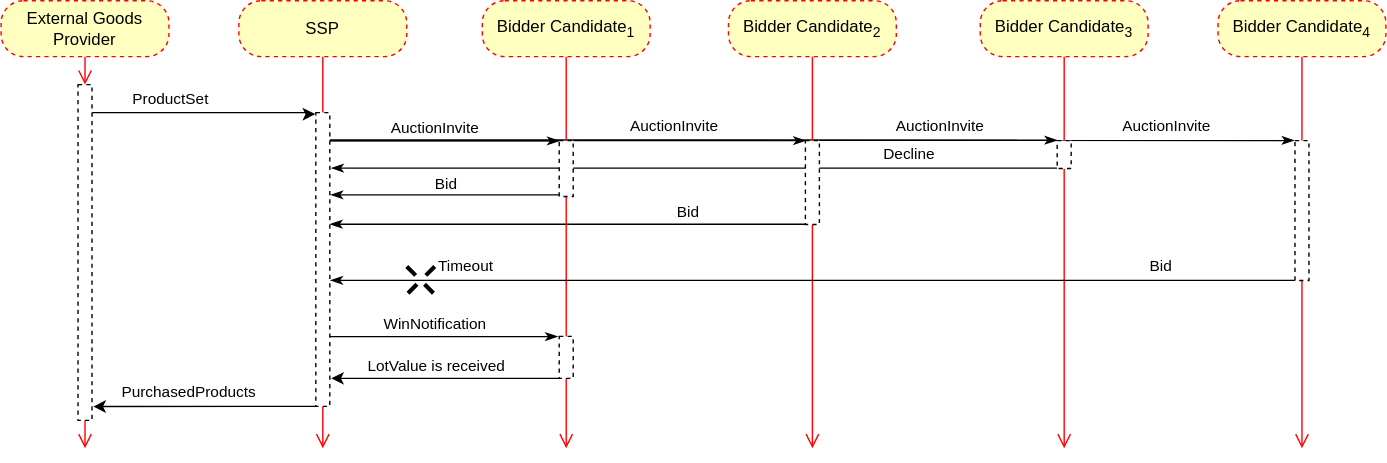
Above: doc/ssp-with-external-system-relations.svg in RTB-Project/Auctioneer (draw.io), before the change. Source tidied: cells renumbered, new cells last; positions are measured from the earlier drawing's top-left corner, leaving out a move shared by most shapes. The source it was exported from:
```xml
<mxGraphModel>
  <root>
    <mxCell id="0" />
    <mxCell id="1" parent="0" />
    <mxCell id="2" style="edgeStyle=none;rounded=0;jettySize=auto;html=1;startArrow=none;startFill=0;endArrow=classicThin;endFill=1;entryX=1.005;entryY=0.38;entryDx=0;entryDy=0;entryPerimeter=0;" parent="1" edge="1" source="38" target="30">
      <mxGeometry relative="1" as="geometry" />
    </mxCell>
    <mxCell id="3" value="Bid" style="edgeLabel;html=1;align=center;verticalAlign=middle;" parent="2" vertex="1">
      <mxGeometry x="0.5" y="-3" relative="1" as="geometry">
        <mxPoint x="169.5" y="-6.8" as="offset" />
      </mxGeometry>
    </mxCell>
    <mxCell id="4" style="edgeStyle=none;rounded=0;jettySize=auto;html=1;startArrow=none;startFill=0;endArrow=classicThin;endFill=1;entryX=1.095;entryY=0.189;entryDx=0;entryDy=0;entryPerimeter=0;" parent="1" edge="1" source="36" target="30">
      <mxGeometry relative="1" as="geometry" />
    </mxCell>
    <mxCell id="5" value="Decline" style="edgeLabel;html=1;align=center;verticalAlign=middle;" parent="4" vertex="1">
      <mxGeometry x="-0.56" y="2" relative="1" as="geometry">
        <mxPoint x="8.8" y="-12" as="offset" />
      </mxGeometry>
    </mxCell>
    <mxCell id="6" value="External Goods Provider" style="rounded=1;whiteSpace=wrap;html=1;arcSize=40;fontColor=#000000;fillColor=#ffffc0;strokeColor=#ff0000;dashed=1;" parent="1" vertex="1">
      <mxGeometry width="120" height="40" as="geometry" />
    </mxCell>
    <mxCell id="7" style="edgeStyle=orthogonalEdgeStyle;html=1;verticalAlign=bottom;endArrow=open;endSize=8;strokeColor=#ff0000;" parent="1" edge="1" source="18">
      <mxGeometry relative="1" as="geometry">
        <mxPoint x="60" y="320" as="targetPoint" />
      </mxGeometry>
    </mxCell>
    <mxCell id="8" value="SSP" style="rounded=1;whiteSpace=wrap;html=1;arcSize=40;fontColor=#000000;fillColor=#ffffc0;strokeColor=#ff0000;dashed=1;" parent="1" vertex="1">
      <mxGeometry x="170" width="120" height="40" as="geometry" />
    </mxCell>
    <mxCell id="9" style="edgeStyle=orthogonalEdgeStyle;html=1;verticalAlign=bottom;endArrow=open;endSize=8;strokeColor=#ff0000;" parent="1" edge="1" source="30">
      <mxGeometry relative="1" as="geometry">
        <mxPoint x="230" y="320" as="targetPoint" />
      </mxGeometry>
    </mxCell>
    <mxCell id="10" value="Bidder Candidate&lt;sub&gt;1&lt;/sub&gt;" style="rounded=1;whiteSpace=wrap;html=1;arcSize=40;fontColor=#000000;fillColor=#ffffc0;strokeColor=#ff0000;dashed=1;" parent="1" vertex="1">
      <mxGeometry x="344" width="120" height="40" as="geometry" />
    </mxCell>
    <mxCell id="11" style="edgeStyle=orthogonalEdgeStyle;html=1;verticalAlign=bottom;endArrow=open;endSize=8;strokeColor=#ff0000;" parent="1" edge="1" source="34">
      <mxGeometry relative="1" as="geometry">
        <mxPoint x="404" y="320" as="targetPoint" />
      </mxGeometry>
    </mxCell>
    <mxCell id="12" value="Bidder Candidate&lt;sub&gt;2&lt;/sub&gt;" style="rounded=1;whiteSpace=wrap;html=1;arcSize=40;fontColor=#000000;fillColor=#ffffc0;strokeColor=#ff0000;dashed=1;" parent="1" vertex="1">
      <mxGeometry x="520" width="120" height="40" as="geometry" />
    </mxCell>
    <mxCell id="13" style="edgeStyle=orthogonalEdgeStyle;html=1;verticalAlign=bottom;endArrow=open;endSize=8;strokeColor=#ff0000;" parent="1" edge="1" source="38">
      <mxGeometry relative="1" as="geometry">
        <mxPoint x="580" y="320" as="targetPoint" />
      </mxGeometry>
    </mxCell>
    <mxCell id="14" value="Bidder Candidate&lt;sub&gt;3&lt;/sub&gt;" style="rounded=1;whiteSpace=wrap;html=1;arcSize=40;fontColor=#000000;fillColor=#ffffc0;strokeColor=#ff0000;dashed=1;" parent="1" vertex="1">
      <mxGeometry x="700" width="120" height="40" as="geometry" />
    </mxCell>
    <mxCell id="15" style="edgeStyle=orthogonalEdgeStyle;html=1;verticalAlign=bottom;endArrow=open;endSize=8;strokeColor=#ff0000;" parent="1" edge="1" source="36">
      <mxGeometry relative="1" as="geometry">
        <mxPoint x="760" y="320" as="targetPoint" />
      </mxGeometry>
    </mxCell>
    <mxCell id="16" style="edgeStyle=orthogonalEdgeStyle;rounded=0;jettySize=auto;html=1;entryX=-0.042;entryY=0.005;entryDx=0;entryDy=0;entryPerimeter=0;" parent="1" edge="1" source="18" target="30">
      <mxGeometry relative="1" as="geometry">
        <Array as="points">
          <mxPoint x="220" y="80" />
        </Array>
      </mxGeometry>
    </mxCell>
    <mxCell id="17" value="ProductSet" style="edgeLabel;html=1;align=center;verticalAlign=middle;" parent="16" vertex="1">
      <mxGeometry x="-0.42" relative="1" as="geometry">
        <mxPoint x="8.6" y="-10.2" as="offset" />
      </mxGeometry>
    </mxCell>
    <mxCell id="18" style="html=1;points=[];perimeter=orthogonalPerimeter;dashed=1;" parent="1" vertex="1">
      <mxGeometry x="55" y="60" width="10" height="240" as="geometry" />
    </mxCell>
    <mxCell id="19" style="edgeStyle=orthogonalEdgeStyle;html=1;verticalAlign=bottom;endArrow=open;endSize=8;strokeColor=#ff0000;" parent="1" edge="1" source="6" target="18">
      <mxGeometry relative="1" as="geometry" />
    </mxCell>
    <mxCell id="20" style="edgeStyle=none;rounded=0;jettySize=auto;html=1;endArrow=classicThin;endFill=1;entryX=0.035;entryY=0.006;entryDx=0;entryDy=0;entryPerimeter=0;" parent="1" edge="1" source="30" target="34">
      <mxGeometry relative="1" as="geometry" />
    </mxCell>
    <mxCell id="21" style="edgeStyle=none;rounded=0;jettySize=auto;html=1;endArrow=classicThin;endFill=1;entryX=0.038;entryY=0.001;entryDx=0;entryDy=0;entryPerimeter=0;" parent="1" edge="1" source="30" target="38">
      <mxGeometry relative="1" as="geometry" />
    </mxCell>
    <mxCell id="22" style="edgeStyle=none;rounded=0;jettySize=auto;html=1;endArrow=classicThin;endFill=1;entryX=0.005;entryY=-0.012;entryDx=0;entryDy=0;entryPerimeter=0;" parent="1" edge="1" source="30" target="36">
      <mxGeometry relative="1" as="geometry" />
    </mxCell>
    <mxCell id="23" value="AuctionInvite&lt;font size=&quot;1&quot;&gt;&lt;br&gt;&lt;/font&gt;" style="edgeLabel;html=1;align=center;verticalAlign=middle;" parent="22" vertex="1">
      <mxGeometry x="-0.71" y="1" relative="1" as="geometry">
        <mxPoint y="-8.5" as="offset" />
      </mxGeometry>
    </mxCell>
    <mxCell id="24" style="edgeStyle=none;rounded=0;jettySize=auto;html=1;endArrow=classicThin;endFill=1;exitX=0.915;exitY=0.094;exitDx=0;exitDy=0;exitPerimeter=0;entryX=-0.041;entryY=-0.001;entryDx=0;entryDy=0;entryPerimeter=0;" parent="1" edge="1" source="30" target="47">
      <mxGeometry relative="1" as="geometry" />
    </mxCell>
    <mxCell id="25" value="AuctionInvite" style="edgeLabel;html=1;align=center;verticalAlign=middle;" parent="24" vertex="1">
      <mxGeometry x="0.73" y="-1" relative="1" as="geometry">
        <mxPoint y="-10.9" as="offset" />
      </mxGeometry>
    </mxCell>
    <mxCell id="26" style="edgeStyle=none;rounded=0;jettySize=auto;html=1;startArrow=none;startFill=0;endArrow=classicThin;endFill=1;entryX=-0.1;entryY=0.005;entryDx=0;entryDy=0;entryPerimeter=0;" parent="1" edge="1" source="30" target="52">
      <mxGeometry relative="1" as="geometry" />
    </mxCell>
    <mxCell id="27" value="WinNotification" style="edgeLabel;html=1;align=center;verticalAlign=middle;" parent="26" vertex="1">
      <mxGeometry x="-0.37" relative="1" as="geometry">
        <mxPoint x="23.8" y="-10.2" as="offset" />
      </mxGeometry>
    </mxCell>
    <mxCell id="28" style="edgeStyle=none;rounded=0;jettySize=auto;html=1;entryX=1.091;entryY=0.959;entryDx=0;entryDy=0;entryPerimeter=0;startArrow=none;startFill=0;endArrow=classic;endFill=1;strokeWidth=1;" parent="1" edge="1" source="30" target="18">
      <mxGeometry relative="1" as="geometry" />
    </mxCell>
    <mxCell id="29" value="PurchasedProducts" style="edgeLabel;html=1;align=center;verticalAlign=middle;" parent="28" vertex="1">
      <mxGeometry x="0.15" y="1" relative="1" as="geometry">
        <mxPoint y="-11.9" as="offset" />
      </mxGeometry>
    </mxCell>
    <mxCell id="30" style="html=1;points=[];perimeter=orthogonalPerimeter;dashed=1;" parent="1" vertex="1">
      <mxGeometry x="225" y="80" width="10" height="210" as="geometry" />
    </mxCell>
    <mxCell id="31" style="edgeStyle=orthogonalEdgeStyle;html=1;verticalAlign=bottom;endArrow=none;endSize=8;strokeColor=#ff0000;endFill=0;" parent="1" edge="1" source="8" target="30">
      <mxGeometry relative="1" as="geometry" />
    </mxCell>
    <mxCell id="32" style="edgeStyle=none;rounded=0;jettySize=auto;html=1;endArrow=classicThin;endFill=1;startArrow=none;startFill=0;entryX=1.05;entryY=0.28;entryDx=0;entryDy=0;entryPerimeter=0;" parent="1" edge="1" source="34" target="30">
      <mxGeometry relative="1" as="geometry" />
    </mxCell>
    <mxCell id="33" value="Bid" style="edgeLabel;html=1;align=center;verticalAlign=middle;" parent="32" vertex="1">
      <mxGeometry y="-1" relative="1" as="geometry">
        <mxPoint y="-7.8" as="offset" />
      </mxGeometry>
    </mxCell>
    <mxCell id="34" style="html=1;points=[];perimeter=orthogonalPerimeter;dashed=1;" parent="1" vertex="1">
      <mxGeometry x="399" y="100" width="10" height="40" as="geometry" />
    </mxCell>
    <mxCell id="35" style="edgeStyle=orthogonalEdgeStyle;html=1;verticalAlign=bottom;endArrow=none;endSize=8;strokeColor=#ff0000;endFill=0;" parent="1" edge="1" source="10" target="34">
      <mxGeometry relative="1" as="geometry" />
    </mxCell>
    <mxCell id="36" style="html=1;points=[];perimeter=orthogonalPerimeter;dashed=1;" parent="1" vertex="1">
      <mxGeometry x="755" y="100" width="10" height="20" as="geometry" />
    </mxCell>
    <mxCell id="37" style="edgeStyle=orthogonalEdgeStyle;html=1;verticalAlign=bottom;endArrow=none;endSize=8;strokeColor=#ff0000;endFill=0;" parent="1" edge="1" source="14" target="36">
      <mxGeometry relative="1" as="geometry" />
    </mxCell>
    <mxCell id="38" style="html=1;points=[];perimeter=orthogonalPerimeter;dashed=1;" parent="1" vertex="1">
      <mxGeometry x="575" y="100" width="10" height="60" as="geometry" />
    </mxCell>
    <mxCell id="39" style="edgeStyle=orthogonalEdgeStyle;html=1;verticalAlign=bottom;endArrow=none;endSize=8;strokeColor=#ff0000;endFill=0;" parent="1" edge="1" source="12" target="38">
      <mxGeometry relative="1" as="geometry" />
    </mxCell>
    <mxCell id="40" value="AuctionInvite" style="edgeLabel;html=1;align=center;verticalAlign=middle;" parent="1" vertex="1">
      <mxGeometry x="480" y="90" as="geometry" />
    </mxCell>
    <mxCell id="41" value="AuctionInvite" style="edgeLabel;html=1;align=center;verticalAlign=middle;" parent="1" vertex="1">
      <mxGeometry x="670" y="90" as="geometry" />
    </mxCell>
    <mxCell id="42" value="Bidder Candidate&lt;sub&gt;4&lt;/sub&gt;" style="rounded=1;whiteSpace=wrap;html=1;arcSize=40;fontColor=#000000;fillColor=#ffffc0;strokeColor=#ff0000;dashed=1;" parent="1" vertex="1">
      <mxGeometry x="870" width="120" height="40" as="geometry" />
    </mxCell>
    <mxCell id="43" style="edgeStyle=orthogonalEdgeStyle;html=1;verticalAlign=bottom;endArrow=open;endSize=8;strokeColor=#ff0000;" parent="1" edge="1" source="47">
      <mxGeometry relative="1" as="geometry">
        <mxPoint x="930" y="320" as="targetPoint" />
      </mxGeometry>
    </mxCell>
    <mxCell id="44" style="edgeStyle=none;rounded=0;jettySize=auto;html=1;startArrow=none;startFill=0;endArrow=classicThin;endFill=1;entryX=1.035;entryY=0.571;entryDx=0;entryDy=0;entryPerimeter=0;" parent="1" edge="1" source="47" target="30">
      <mxGeometry relative="1" as="geometry" />
    </mxCell>
    <mxCell id="45" value="Timeout" style="edgeLabel;html=1;align=center;verticalAlign=middle;" parent="44" vertex="1">
      <mxGeometry x="0.72" relative="1" as="geometry">
        <mxPoint y="-9.9" as="offset" />
      </mxGeometry>
    </mxCell>
    <mxCell id="46" value="Bid" style="edgeLabel;html=1;align=center;verticalAlign=middle;" parent="44" vertex="1">
      <mxGeometry x="-0.72" y="1" relative="1" as="geometry">
        <mxPoint y="-10.9" as="offset" />
      </mxGeometry>
    </mxCell>
    <mxCell id="47" style="html=1;points=[];perimeter=orthogonalPerimeter;dashed=1;" parent="1" vertex="1">
      <mxGeometry x="925" y="100" width="10" height="100" as="geometry" />
    </mxCell>
    <mxCell id="48" style="edgeStyle=orthogonalEdgeStyle;html=1;verticalAlign=bottom;endArrow=none;endSize=8;strokeColor=#ff0000;endFill=0;" parent="1" edge="1" source="42" target="47">
      <mxGeometry relative="1" as="geometry" />
    </mxCell>
    <mxCell id="49" style="shape=umlDestroy;whiteSpace=wrap;html=1;strokeWidth=3;dashed=1;" parent="1" vertex="1">
      <mxGeometry x="290" y="190" width="20" height="20" as="geometry" />
    </mxCell>
    <mxCell id="50" style="rounded=0;jettySize=auto;html=1;startArrow=none;startFill=0;endArrow=classic;endFill=1;strokeWidth=1;" parent="1" edge="1" source="52">
      <mxGeometry relative="1" as="geometry">
        <mxPoint x="236" y="270" as="targetPoint" />
      </mxGeometry>
    </mxCell>
    <mxCell id="51" value="LotValue is received" style="edgeLabel;html=1;align=center;verticalAlign=middle;" parent="50" vertex="1">
      <mxGeometry x="0.14" y="1" relative="1" as="geometry">
        <mxPoint x="4.3" y="-11" as="offset" />
      </mxGeometry>
    </mxCell>
    <mxCell id="52" style="html=1;points=[];perimeter=orthogonalPerimeter;dashed=1;" parent="1" vertex="1">
      <mxGeometry x="399" y="240" width="10" height="30" as="geometry" />
    </mxCell>
  </root>
</mxGraphModel>
```
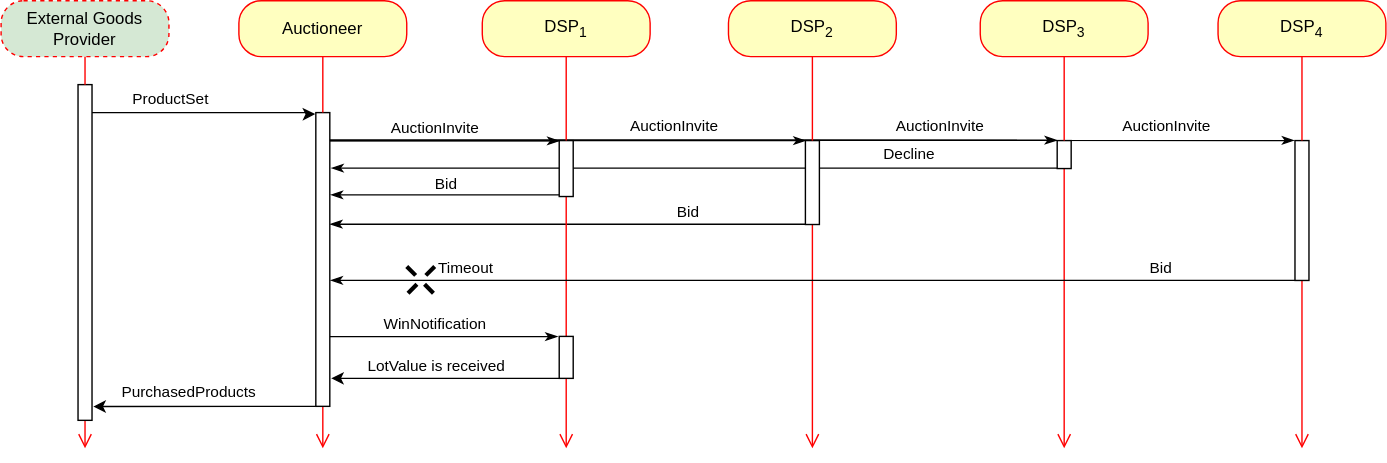
The same diagram one commit later.

The edit, as a diff of the source:
```diff
@@ -18,7 +18,7 @@
         <mxPoint x="8.8" y="-12" as="offset" />
       </mxGeometry>
     </mxCell>
-    <mxCell id="6" value="External Goods Provider" style="rounded=1;whiteSpace=wrap;html=1;arcSize=40;fontColor=#000000;fillColor=#ffffc0;strokeColor=#ff0000;dashed=1;" parent="1" vertex="1">
+    <mxCell id="6" value="External Goods Provider" style="rounded=1;whiteSpace=wrap;html=1;arcSize=40;fontColor=#000000;strokeColor=#ff0000;dashed=1;fillColor=#D5E8D4;" parent="1" vertex="1">
       <mxGeometry width="120" height="40" as="geometry" />
     </mxCell>
     <mxCell id="7" style="edgeStyle=orthogonalEdgeStyle;html=1;verticalAlign=bottom;endArrow=open;endSize=8;strokeColor=#ff0000;" parent="1" edge="1" source="18">
@@ -26,7 +26,7 @@
         <mxPoint x="60" y="320" as="targetPoint" />
       </mxGeometry>
     </mxCell>
-    <mxCell id="8" value="SSP" style="rounded=1;whiteSpace=wrap;html=1;arcSize=40;fontColor=#000000;fillColor=#ffffc0;strokeColor=#ff0000;dashed=1;" parent="1" vertex="1">
+    <mxCell id="8" value="Auctioneer" style="rounded=1;whiteSpace=wrap;html=1;arcSize=40;fontColor=#000000;fillColor=#ffffc0;strokeColor=#ff0000;" parent="1" vertex="1">
       <mxGeometry x="170" width="120" height="40" as="geometry" />
     </mxCell>
     <mxCell id="9" style="edgeStyle=orthogonalEdgeStyle;html=1;verticalAlign=bottom;endArrow=open;endSize=8;strokeColor=#ff0000;" parent="1" edge="1" source="30">
@@ -34,7 +34,7 @@
         <mxPoint x="230" y="320" as="targetPoint" />
       </mxGeometry>
     </mxCell>
-    <mxCell id="10" value="Bidder Candidate&lt;sub&gt;1&lt;/sub&gt;" style="rounded=1;whiteSpace=wrap;html=1;arcSize=40;fontColor=#000000;fillColor=#ffffc0;strokeColor=#ff0000;dashed=1;" parent="1" vertex="1">
+    <mxCell id="10" value="DSP&lt;sub&gt;1&lt;/sub&gt;" style="rounded=1;whiteSpace=wrap;html=1;arcSize=40;fontColor=#000000;fillColor=#ffffc0;strokeColor=#ff0000;" parent="1" vertex="1">
       <mxGeometry x="344" width="120" height="40" as="geometry" />
     </mxCell>
     <mxCell id="11" style="edgeStyle=orthogonalEdgeStyle;html=1;verticalAlign=bottom;endArrow=open;endSize=8;strokeColor=#ff0000;" parent="1" edge="1" source="34">
@@ -42,7 +42,7 @@
         <mxPoint x="404" y="320" as="targetPoint" />
       </mxGeometry>
     </mxCell>
-    <mxCell id="12" value="Bidder Candidate&lt;sub&gt;2&lt;/sub&gt;" style="rounded=1;whiteSpace=wrap;html=1;arcSize=40;fontColor=#000000;fillColor=#ffffc0;strokeColor=#ff0000;dashed=1;" parent="1" vertex="1">
+    <mxCell id="12" value="DSP&lt;sub&gt;2&lt;/sub&gt;" style="rounded=1;whiteSpace=wrap;html=1;arcSize=40;fontColor=#000000;fillColor=#ffffc0;strokeColor=#ff0000;" parent="1" vertex="1">
       <mxGeometry x="520" width="120" height="40" as="geometry" />
     </mxCell>
     <mxCell id="13" style="edgeStyle=orthogonalEdgeStyle;html=1;verticalAlign=bottom;endArrow=open;endSize=8;strokeColor=#ff0000;" parent="1" edge="1" source="38">
@@ -50,7 +50,7 @@
         <mxPoint x="580" y="320" as="targetPoint" />
       </mxGeometry>
     </mxCell>
-    <mxCell id="14" value="Bidder Candidate&lt;sub&gt;3&lt;/sub&gt;" style="rounded=1;whiteSpace=wrap;html=1;arcSize=40;fontColor=#000000;fillColor=#ffffc0;strokeColor=#ff0000;dashed=1;" parent="1" vertex="1">
+    <mxCell id="14" value="DSP&lt;sub&gt;3&lt;/sub&gt;" style="rounded=1;whiteSpace=wrap;html=1;arcSize=40;fontColor=#000000;fillColor=#ffffc0;strokeColor=#ff0000;" parent="1" vertex="1">
       <mxGeometry x="700" width="120" height="40" as="geometry" />
     </mxCell>
     <mxCell id="15" style="edgeStyle=orthogonalEdgeStyle;html=1;verticalAlign=bottom;endArrow=open;endSize=8;strokeColor=#ff0000;" parent="1" edge="1" source="36">
@@ -70,10 +70,10 @@
         <mxPoint x="8.6" y="-10.2" as="offset" />
       </mxGeometry>
     </mxCell>
-    <mxCell id="18" style="html=1;points=[];perimeter=orthogonalPerimeter;dashed=1;" parent="1" vertex="1">
+    <mxCell id="18" style="html=1;points=[];perimeter=orthogonalPerimeter;" parent="1" vertex="1">
       <mxGeometry x="55" y="60" width="10" height="240" as="geometry" />
     </mxCell>
-    <mxCell id="19" style="edgeStyle=orthogonalEdgeStyle;html=1;verticalAlign=bottom;endArrow=open;endSize=8;strokeColor=#ff0000;" parent="1" edge="1" source="6" target="18">
+    <mxCell id="19" style="edgeStyle=orthogonalEdgeStyle;html=1;verticalAlign=bottom;endArrow=none;endSize=8;strokeColor=#ff0000;endFill=0;" parent="1" edge="1" source="6" target="18">
       <mxGeometry relative="1" as="geometry" />
     </mxCell>
     <mxCell id="20" style="edgeStyle=none;rounded=0;jettySize=auto;html=1;endArrow=classicThin;endFill=1;entryX=0.035;entryY=0.006;entryDx=0;entryDy=0;entryPerimeter=0;" parent="1" edge="1" source="30" target="34">
@@ -114,7 +114,7 @@
         <mxPoint y="-11.9" as="offset" />
       </mxGeometry>
     </mxCell>
-    <mxCell id="30" style="html=1;points=[];perimeter=orthogonalPerimeter;dashed=1;" parent="1" vertex="1">
+    <mxCell id="30" style="html=1;points=[];perimeter=orthogonalPerimeter;" parent="1" vertex="1">
       <mxGeometry x="225" y="80" width="10" height="210" as="geometry" />
     </mxCell>
     <mxCell id="31" style="edgeStyle=orthogonalEdgeStyle;html=1;verticalAlign=bottom;endArrow=none;endSize=8;strokeColor=#ff0000;endFill=0;" parent="1" edge="1" source="8" target="30">
@@ -128,19 +128,19 @@
         <mxPoint y="-7.8" as="offset" />
       </mxGeometry>
     </mxCell>
-    <mxCell id="34" style="html=1;points=[];perimeter=orthogonalPerimeter;dashed=1;" parent="1" vertex="1">
+    <mxCell id="34" style="html=1;points=[];perimeter=orthogonalPerimeter;" parent="1" vertex="1">
       <mxGeometry x="399" y="100" width="10" height="40" as="geometry" />
     </mxCell>
     <mxCell id="35" style="edgeStyle=orthogonalEdgeStyle;html=1;verticalAlign=bottom;endArrow=none;endSize=8;strokeColor=#ff0000;endFill=0;" parent="1" edge="1" source="10" target="34">
       <mxGeometry relative="1" as="geometry" />
     </mxCell>
-    <mxCell id="36" style="html=1;points=[];perimeter=orthogonalPerimeter;dashed=1;" parent="1" vertex="1">
+    <mxCell id="36" style="html=1;points=[];perimeter=orthogonalPerimeter;" parent="1" vertex="1">
       <mxGeometry x="755" y="100" width="10" height="20" as="geometry" />
     </mxCell>
     <mxCell id="37" style="edgeStyle=orthogonalEdgeStyle;html=1;verticalAlign=bottom;endArrow=none;endSize=8;strokeColor=#ff0000;endFill=0;" parent="1" edge="1" source="14" target="36">
       <mxGeometry relative="1" as="geometry" />
     </mxCell>
-    <mxCell id="38" style="html=1;points=[];perimeter=orthogonalPerimeter;dashed=1;" parent="1" vertex="1">
+    <mxCell id="38" style="html=1;points=[];perimeter=orthogonalPerimeter;" parent="1" vertex="1">
       <mxGeometry x="575" y="100" width="10" height="60" as="geometry" />
     </mxCell>
     <mxCell id="39" style="edgeStyle=orthogonalEdgeStyle;html=1;verticalAlign=bottom;endArrow=none;endSize=8;strokeColor=#ff0000;endFill=0;" parent="1" edge="1" source="12" target="38">
@@ -152,7 +152,7 @@
     <mxCell id="41" value="AuctionInvite" style="edgeLabel;html=1;align=center;verticalAlign=middle;" parent="1" vertex="1">
       <mxGeometry x="670" y="90" as="geometry" />
     </mxCell>
-    <mxCell id="42" value="Bidder Candidate&lt;sub&gt;4&lt;/sub&gt;" style="rounded=1;whiteSpace=wrap;html=1;arcSize=40;fontColor=#000000;fillColor=#ffffc0;strokeColor=#ff0000;dashed=1;" parent="1" vertex="1">
+    <mxCell id="42" value="DSP&lt;sub&gt;4&lt;/sub&gt;" style="rounded=1;whiteSpace=wrap;html=1;arcSize=40;fontColor=#000000;fillColor=#ffffc0;strokeColor=#ff0000;" parent="1" vertex="1">
       <mxGeometry x="870" width="120" height="40" as="geometry" />
     </mxCell>
     <mxCell id="43" style="edgeStyle=orthogonalEdgeStyle;html=1;verticalAlign=bottom;endArrow=open;endSize=8;strokeColor=#ff0000;" parent="1" edge="1" source="47">
@@ -173,7 +173,7 @@
         <mxPoint y="-10.9" as="offset" />
       </mxGeometry>
     </mxCell>
-    <mxCell id="47" style="html=1;points=[];perimeter=orthogonalPerimeter;dashed=1;" parent="1" vertex="1">
+    <mxCell id="47" style="html=1;points=[];perimeter=orthogonalPerimeter;" parent="1" vertex="1">
       <mxGeometry x="925" y="100" width="10" height="100" as="geometry" />
     </mxCell>
     <mxCell id="48" style="edgeStyle=orthogonalEdgeStyle;html=1;verticalAlign=bottom;endArrow=none;endSize=8;strokeColor=#ff0000;endFill=0;" parent="1" edge="1" source="42" target="47">
@@ -192,7 +192,7 @@
         <mxPoint x="4.3" y="-11" as="offset" />
       </mxGeometry>
     </mxCell>
-    <mxCell id="52" style="html=1;points=[];perimeter=orthogonalPerimeter;dashed=1;" parent="1" vertex="1">
+    <mxCell id="52" style="html=1;points=[];perimeter=orthogonalPerimeter;" parent="1" vertex="1">
       <mxGeometry x="399" y="240" width="10" height="30" as="geometry" />
     </mxCell>
   </root>
```
